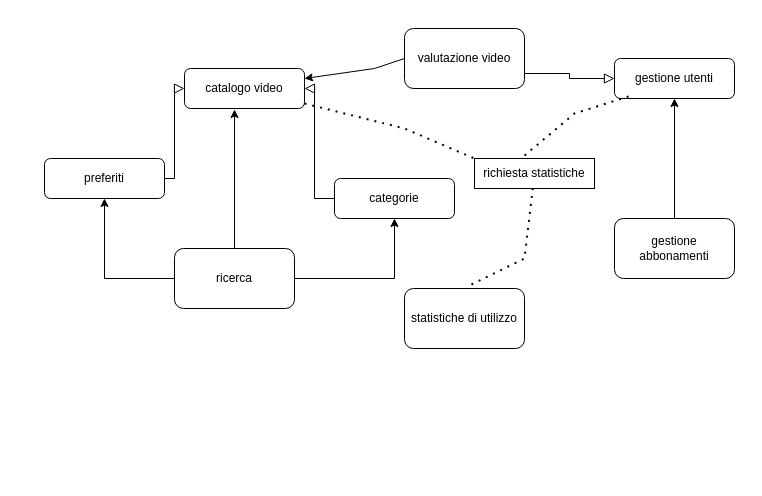
Jammark/esercizio_microservizi keeps this draw.io diagram as Diagramma netflix.drawio. Above is the earlier version. Source tidied: cells renumbered, new cells numbered last; positions are measured from the earlier drawing's top-left corner, leaving out a move shared by most shapes. Both pictures are drawn from the tidied source at 100%, with x=0, y=0 at pixel (44, 28).
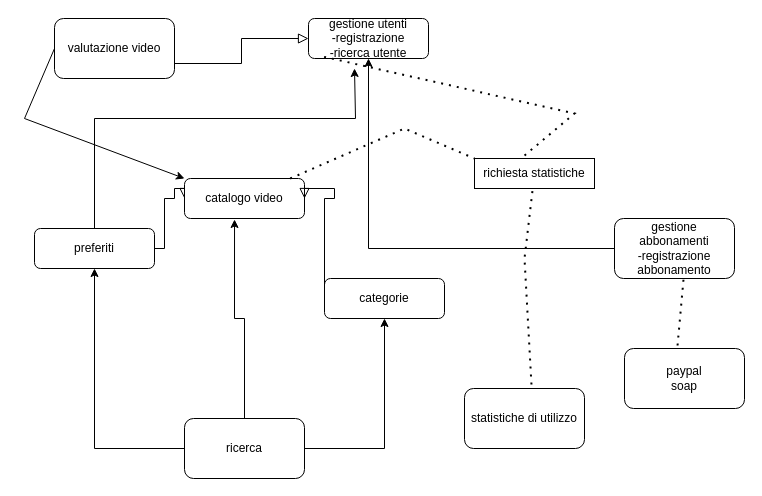
The same page after the edit.

Change to the diagram source:
```diff
@@
     <mxCell id="2" style="rounded=0;html=1;jettySize=auto;fontSize=11;endArrow=block;endFill=0;endSize=8;strokeWidth=1;shadow=0;labelBackgroundColor=none;edgeStyle=orthogonalEdgeStyle;exitX=1;exitY=0.5;exitDx=0;exitDy=0;entryX=0;entryY=0.5;entryDx=0;entryDy=0;" parent="1" edge="1" source="7" target="3">
       <mxGeometry relative="1" as="geometry">
         <Array as="points">
-          <mxPoint x="130" y="150" />
-          <mxPoint x="130" y="60" />
-          <mxPoint x="140" y="60" />
+          <mxPoint x="120" y="170" />
+          <mxPoint x="130" y="170" />
+          <mxPoint x="130" y="160" />
+          <mxPoint x="140" y="160" />
         </Array>
       </mxGeometry>
     </mxCell>
     <mxCell id="3" value="catalogo video" style="rounded=1;whiteSpace=wrap;html=1;fontSize=12;glass=0;strokeWidth=1;shadow=0;" parent="1" vertex="1">
-      <mxGeometry x="140" y="40" width="120" height="40" as="geometry" />
+      <mxGeometry x="140" y="150" width="120" height="40" as="geometry" />
     </mxCell>
     <mxCell id="4" value="categorie" style="rounded=1;whiteSpace=wrap;html=1;fontSize=12;glass=0;strokeWidth=1;shadow=0;" parent="1" vertex="1">
-      <mxGeometry x="290" y="150" width="120" height="40" as="geometry" />
+      <mxGeometry x="280" y="250" width="120" height="40" as="geometry" />
     </mxCell>
     <mxCell id="5" style="rounded=0;html=1;jettySize=auto;fontSize=11;endArrow=block;endFill=0;endSize=8;strokeWidth=1;shadow=0;labelBackgroundColor=none;edgeStyle=orthogonalEdgeStyle;entryX=1;entryY=0.5;entryDx=0;entryDy=0;exitX=0;exitY=0.5;exitDx=0;exitDy=0;" parent="1" edge="1" source="4" target="3">
       <mxGeometry x="0.33" y="20" relative="1" as="geometry">
         <Array as="points">
-          <mxPoint x="270" y="170" />
-          <mxPoint x="270" y="60" />
+          <mxPoint x="280" y="170" />
+          <mxPoint x="290" y="170" />
+          <mxPoint x="290" y="160" />
+          <mxPoint x="260" y="160" />
         </Array>
       </mxGeometry>
     </mxCell>
@@
+    <mxCell id="22" style="edgeStyle=orthogonalEdgeStyle;rounded=0;jettySize=auto;html=1;" parent="1" edge="1" source="7">
+      <mxGeometry relative="1" as="geometry">
+        <mxPoint x="310" y="40" as="targetPoint" />
+        <Array as="points">
+          <mxPoint x="50" y="90" />
+          <mxPoint x="311" y="90" />
+        </Array>
+      </mxGeometry>
+    </mxCell>
     <mxCell id="7" value="preferiti" style="rounded=1;whiteSpace=wrap;html=1;fontSize=12;glass=0;strokeWidth=1;shadow=0;" parent="1" vertex="1">
-      <mxGeometry y="130" width="120" height="40" as="geometry" />
+      <mxGeometry x="-10" y="200" width="120" height="40" as="geometry" />
     </mxCell>
-    <mxCell id="8" value="gestione utenti" style="rounded=1;whiteSpace=wrap;html=1;fontSize=12;glass=0;strokeWidth=1;shadow=0;" parent="1" vertex="1">
-      <mxGeometry x="570" y="30" width="120" height="40" as="geometry" />
+    <mxCell id="8" value="gestione utenti&lt;br&gt;-registrazione&lt;br&gt;-ricerca utente" style="rounded=1;whiteSpace=wrap;html=1;fontSize=12;glass=0;strokeWidth=1;shadow=0;" parent="1" vertex="1">
+      <mxGeometry x="264" y="-10" width="120" height="40" as="geometry" />
     </mxCell>
     <mxCell id="9" value="valutazione video" style="rounded=1;whiteSpace=wrap;html=1;" parent="1" vertex="1">
-      <mxGeometry x="360" width="120" height="60" as="geometry" />
+      <mxGeometry x="10" y="-10" width="120" height="60" as="geometry" />
     </mxCell>
@@
-    <mxCell id="11" value="gestione abbonamenti" style="rounded=1;whiteSpace=wrap;html=1;" parent="1" vertex="1">
+    <mxCell id="11" value="gestione abbonamenti&lt;br&gt;-registrazione abbonamento" style="rounded=1;whiteSpace=wrap;html=1;" parent="1" vertex="1">
       <mxGeometry x="570" y="190" width="120" height="60" as="geometry" />
     </mxCell>
     <mxCell id="12" value="statistiche di utilizzo" style="rounded=1;whiteSpace=wrap;html=1;" parent="1" vertex="1">
-      <mxGeometry x="360" y="260" width="120" height="60" as="geometry" />
+      <mxGeometry x="420" y="360" width="120" height="60" as="geometry" />
     </mxCell>
@@
     <mxCell id="16" value="ricerca" style="rounded=1;whiteSpace=wrap;html=1;" parent="1" vertex="1">
-      <mxGeometry x="130" y="220" width="120" height="60" as="geometry" />
+      <mxGeometry x="140" y="390" width="120" height="60" as="geometry" />
     </mxCell>
-    <mxCell id="17" style="endArrow=classic;html=1;rounded=0;exitX=0;exitY=0.5;exitDx=0;exitDy=0;entryX=1;entryY=0.25;entryDx=0;entryDy=0;" parent="1" edge="1" source="9" target="3">
+    <mxCell id="17" style="endArrow=classic;html=1;rounded=0;exitX=0;exitY=0.5;exitDx=0;exitDy=0;entryX=0;entryY=0;entryDx=0;entryDy=0;" parent="1" edge="1" source="9" target="3">
       <mxGeometry relative="1" as="geometry">
         <Array as="points">
-          <mxPoint x="330" y="40" />
+          <mxPoint x="-20" y="90" />
         </Array>
       </mxGeometry>
     </mxCell>
@@
+    <mxCell id="23" value="paypal&lt;br&gt;soap" style="rounded=1;whiteSpace=wrap;html=1;" parent="1" vertex="1">
+      <mxGeometry x="580" y="320" width="120" height="60" as="geometry" />
+    </mxCell>
+    <mxCell id="24" style="endArrow=none;dashed=1;html=1;dashPattern=1 3;strokeWidth=2;rounded=0;entryX=0.575;entryY=1.017;entryDx=0;entryDy=0;entryPerimeter=0;exitX=0.442;exitY=-0.05;exitDx=0;exitDy=0;exitPerimeter=0;" parent="1" edge="1" source="23" target="11">
+      <mxGeometry relative="1" as="geometry" />
+    </mxCell>
```
